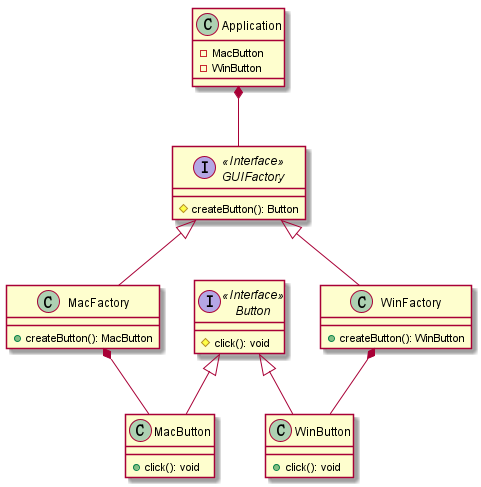
wenfujing/design-pattern keeps this PlantUML diagram as abstract-factory/resources/abstract_factory.png. Above is the earlier version. Its diagram source:
```plantuml
@startuml
interface GUIFactory <<Interface>> {
    # createButton(): Button
}
class MacFactory {
    + createButton(): MacButton
}
class WinFactory {
    + createButton(): WinButton
}
interface Button <<Interface>> {
    # click(): void
}
class MacButton {
    + click(): void
}
class WinButton {
    + click(): void
}
class Application {
    - MacButton
    - WinButton
}

GUIFactory <|-- MacFactory
GUIFactory <|-- WinFactory

Button <|-- MacButton
Button <|-- WinButton

MacFactory *-- MacButton
WinFactory *-- WinButton

Application *-- GUIFactory

@enduml
```
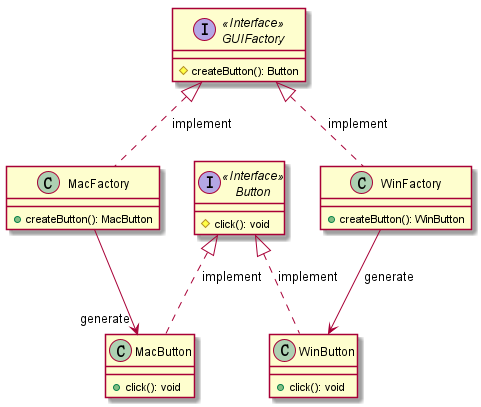
After the commit.

Commit message:
adjust uml

The edit, as a diff of the source:
```diff
@@ -17,20 +17,14 @@
 class WinButton {
     + click(): void
 }
-class Application {
-    - MacButton
-    - WinButton
-}
 
-GUIFactory <|-- MacFactory
-GUIFactory <|-- WinFactory
+GUIFactory <|.. MacFactory :implement
+GUIFactory <|.. WinFactory :implement
 
-Button <|-- MacButton
-Button <|-- WinButton
+Button <|.. MacButton :implement
+Button <|.. WinButton :implement
 
-MacFactory *-- MacButton
-WinFactory *-- WinButton
-
-Application *-- GUIFactory
+MacFactory --> "generate" MacButton
+WinFactory --> WinButton :generate
 
 @enduml
```
